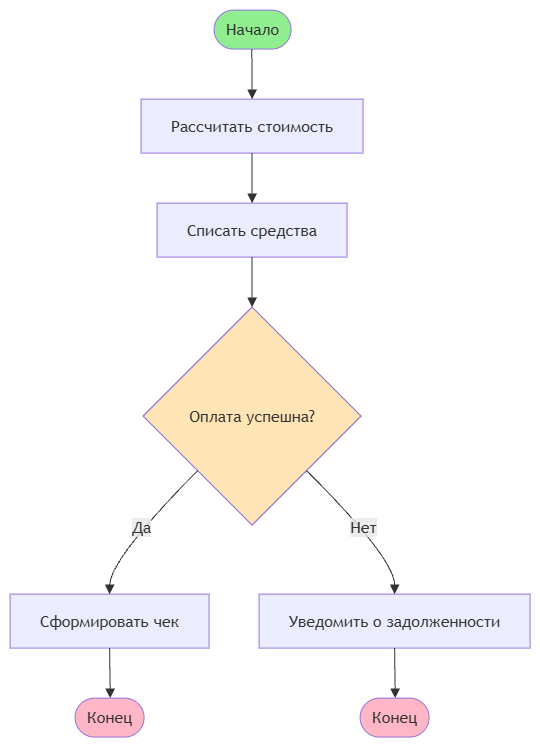
Above: lab1/diagrams/activity-uml.png in Razexill/visual-programming-labs-vauchkevich (draw.io), before the change. Source tidied: cells renumbered, new cells last; positions are measured from the earlier drawing's top-left corner, leaving out a move shared by most shapes. The source it was exported from:
```xml
<mxGraphModel>
  <root>
    <mxCell id="0" />
    <mxCell id="1" parent="0" />
    <mxCell id="2" style="group;transparentBounds=1;editIcon=1;lockedGroup=0;groupPadding=10;" parent="1" vertex="1">
      <mxGeometry as="geometry" />
    </mxCell>
    <mxCell id="3" value="Начало" style="html=1;rounded=1;whiteSpace=wrap;arcSize=50;strokeWidth=1;fillColor=#90EE90;strokeColor=light-dark(#9370DB,#cccccc);fontColor=light-dark(#333333,#cccccc);fontFamily=Trebuchet MS,Verdana,Arial,sans-serif;fontSize=16;" parent="2" vertex="1">
      <mxGeometry x="212" y="8" width="77" height="39" as="geometry" />
    </mxCell>
    <mxCell id="4" value="Рассчитать стоимость" style="html=1;whiteSpace=wrap;strokeWidth=1;fillColor=light-dark(#ECECFF,#1f2020);strokeColor=light-dark(#9370DB,#cccccc);fontColor=light-dark(#333333,#cccccc);fontFamily=Trebuchet MS,Verdana,Arial,sans-serif;fontSize=16;" parent="2" vertex="1">
      <mxGeometry x="139" y="97" width="222" height="54" as="geometry" />
    </mxCell>
    <mxCell id="5" value="Списать средства" style="html=1;whiteSpace=wrap;strokeWidth=1;fillColor=light-dark(#ECECFF,#1f2020);strokeColor=light-dark(#9370DB,#cccccc);fontColor=light-dark(#333333,#cccccc);fontFamily=Trebuchet MS,Verdana,Arial,sans-serif;fontSize=16;" parent="2" vertex="1">
      <mxGeometry x="155" y="201" width="190" height="54" as="geometry" />
    </mxCell>
    <mxCell id="6" value="Оплата успешна?" style="rhombus;html=1;strokeWidth=1;whiteSpace=wrap;fillColor=#FFE4B5;strokeColor=light-dark(#9370DB,#cccccc);fontColor=light-dark(#333333,#cccccc);fontFamily=Trebuchet MS,Verdana,Arial,sans-serif;fontSize=16;" parent="2" vertex="1">
      <mxGeometry x="141" y="305" width="218" height="218" as="geometry" />
    </mxCell>
    <mxCell id="7" value="Сформировать чек" style="html=1;whiteSpace=wrap;strokeWidth=1;fillColor=light-dark(#ECECFF,#1f2020);strokeColor=light-dark(#9370DB,#cccccc);fontColor=light-dark(#333333,#cccccc);fontFamily=Trebuchet MS,Verdana,Arial,sans-serif;fontSize=16;" parent="2" vertex="1">
      <mxGeometry x="8" y="592" width="199" height="54" as="geometry" />
    </mxCell>
    <mxCell id="8" value="Конец" style="html=1;rounded=1;whiteSpace=wrap;arcSize=50;strokeWidth=1;fillColor=#FFB6C6;strokeColor=light-dark(#9370DB,#cccccc);fontColor=light-dark(#333333,#cccccc);fontFamily=Trebuchet MS,Verdana,Arial,sans-serif;fontSize=16;" parent="2" vertex="1">
      <mxGeometry x="73" y="696" width="69" height="39" as="geometry" />
    </mxCell>
    <mxCell id="9" value="Уведомить о задолженности" style="html=1;whiteSpace=wrap;strokeWidth=1;fillColor=light-dark(#ECECFF,#1f2020);strokeColor=light-dark(#9370DB,#cccccc);fontColor=light-dark(#333333,#cccccc);fontFamily=Trebuchet MS,Verdana,Arial,sans-serif;fontSize=16;" parent="2" vertex="1">
      <mxGeometry x="257" y="592" width="271" height="54" as="geometry" />
    </mxCell>
    <mxCell id="10" value="Конец" style="html=1;rounded=1;whiteSpace=wrap;arcSize=50;strokeWidth=1;fillColor=#FFB6C6;strokeColor=light-dark(#9370DB,#cccccc);fontColor=light-dark(#333333,#cccccc);fontFamily=Trebuchet MS,Verdana,Arial,sans-serif;fontSize=16;" parent="2" vertex="1">
      <mxGeometry x="358" y="696" width="69" height="39" as="geometry" />
    </mxCell>
    <mxCell id="11" style="curved=1;startArrow=none;endArrow=block;endSize=7;strokeColor=light-dark(#333333,#cccccc);exitX=0.49;exitY=1;entryX=0.5;entryY=0;" parent="2" edge="1" source="3" target="4">
      <mxGeometry relative="1" as="geometry" />
    </mxCell>
    <mxCell id="12" style="curved=1;startArrow=none;endArrow=block;endSize=7;strokeColor=light-dark(#333333,#cccccc);exitX=0.5;exitY=1;entryX=0.5;entryY=0;" parent="2" edge="1" source="4" target="5">
      <mxGeometry relative="1" as="geometry" />
    </mxCell>
    <mxCell id="13" style="curved=1;startArrow=none;endArrow=block;endSize=7;strokeColor=light-dark(#333333,#cccccc);exitX=0.5;exitY=1;entryX=0.5;entryY=0;" parent="2" edge="1" source="5" target="6">
      <mxGeometry relative="1" as="geometry" />
    </mxCell>
    <mxCell id="14" value="Да" style="curved=1;startArrow=none;endArrow=block;endSize=7;strokeColor=light-dark(#333333,#cccccc);html=1;fontSize=16;labelBackgroundColor=light-dark(#E8E8E88D,#2a2a2a8D);fontFamily=Trebuchet MS,Verdana,Arial,sans-serif;fontColor=light-dark(#333333,#cccccc);exitX=0;exitY=1;entryX=0.5;entryY=0;" parent="2" edge="1" source="6" target="7">
      <mxGeometry relative="1" as="geometry">
        <Array as="points">
          <mxPoint x="108" y="557" />
        </Array>
      </mxGeometry>
    </mxCell>
    <mxCell id="15" style="curved=1;startArrow=none;endArrow=block;endSize=7;strokeColor=light-dark(#333333,#cccccc);exitX=0.5;exitY=1;entryX=0.51;entryY=0;" parent="2" edge="1" source="7" target="8">
      <mxGeometry relative="1" as="geometry" />
    </mxCell>
    <mxCell id="16" value="Нет" style="curved=1;startArrow=none;endArrow=block;endSize=7;strokeColor=light-dark(#333333,#cccccc);html=1;fontSize=16;labelBackgroundColor=light-dark(#E8E8E88D,#2a2a2a8D);fontFamily=Trebuchet MS,Verdana,Arial,sans-serif;fontColor=light-dark(#333333,#cccccc);exitX=1;exitY=1;entryX=0.5;entryY=0;" parent="2" edge="1" source="6" target="9">
      <mxGeometry relative="1" as="geometry">
        <Array as="points">
          <mxPoint x="393" y="557" />
        </Array>
      </mxGeometry>
    </mxCell>
    <mxCell id="17" style="curved=1;startArrow=none;endArrow=block;endSize=7;strokeColor=light-dark(#333333,#cccccc);exitX=0.5;exitY=1;entryX=0.51;entryY=0;" parent="2" edge="1" source="9" target="10">
      <mxGeometry relative="1" as="geometry" />
    </mxCell>
  </root>
</mxGraphModel>
```
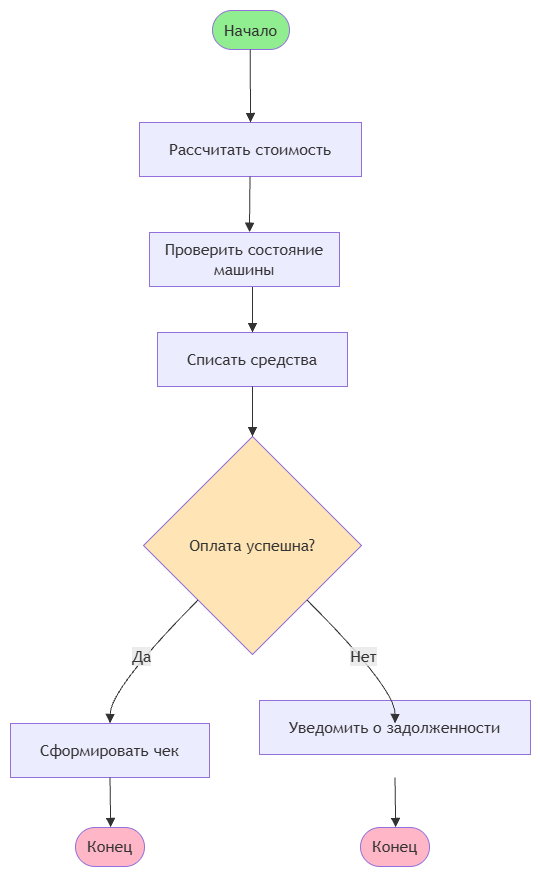
Above is the later version.

Commit message:
update uml:add element

What changed in the source:
```diff
@@ -9,31 +9,33 @@
       <mxGeometry x="212" y="8" width="77" height="39" as="geometry" />
     </mxCell>
     <mxCell id="4" value="Рассчитать стоимость" style="html=1;whiteSpace=wrap;strokeWidth=1;fillColor=light-dark(#ECECFF,#1f2020);strokeColor=light-dark(#9370DB,#cccccc);fontColor=light-dark(#333333,#cccccc);fontFamily=Trebuchet MS,Verdana,Arial,sans-serif;fontSize=16;" parent="2" vertex="1">
-      <mxGeometry x="139" y="97" width="222" height="54" as="geometry" />
+      <mxGeometry x="139" y="120" width="222" height="54" as="geometry" />
     </mxCell>
     <mxCell id="5" value="Списать средства" style="html=1;whiteSpace=wrap;strokeWidth=1;fillColor=light-dark(#ECECFF,#1f2020);strokeColor=light-dark(#9370DB,#cccccc);fontColor=light-dark(#333333,#cccccc);fontFamily=Trebuchet MS,Verdana,Arial,sans-serif;fontSize=16;" parent="2" vertex="1">
-      <mxGeometry x="155" y="201" width="190" height="54" as="geometry" />
+      <mxGeometry x="157" y="330" width="190" height="54" as="geometry" />
     </mxCell>
     <mxCell id="6" value="Оплата успешна?" style="rhombus;html=1;strokeWidth=1;whiteSpace=wrap;fillColor=#FFE4B5;strokeColor=light-dark(#9370DB,#cccccc);fontColor=light-dark(#333333,#cccccc);fontFamily=Trebuchet MS,Verdana,Arial,sans-serif;fontSize=16;" parent="2" vertex="1">
-      <mxGeometry x="141" y="305" width="218" height="218" as="geometry" />
+      <mxGeometry x="143" y="434" width="218" height="218" as="geometry" />
     </mxCell>
     <mxCell id="7" value="Сформировать чек" style="html=1;whiteSpace=wrap;strokeWidth=1;fillColor=light-dark(#ECECFF,#1f2020);strokeColor=light-dark(#9370DB,#cccccc);fontColor=light-dark(#333333,#cccccc);fontFamily=Trebuchet MS,Verdana,Arial,sans-serif;fontSize=16;" parent="2" vertex="1">
-      <mxGeometry x="8" y="592" width="199" height="54" as="geometry" />
+      <mxGeometry x="10" y="721" width="199" height="54" as="geometry" />
     </mxCell>
     <mxCell id="8" value="Конец" style="html=1;rounded=1;whiteSpace=wrap;arcSize=50;strokeWidth=1;fillColor=#FFB6C6;strokeColor=light-dark(#9370DB,#cccccc);fontColor=light-dark(#333333,#cccccc);fontFamily=Trebuchet MS,Verdana,Arial,sans-serif;fontSize=16;" parent="2" vertex="1">
-      <mxGeometry x="73" y="696" width="69" height="39" as="geometry" />
+      <mxGeometry x="75" y="825" width="69" height="39" as="geometry" />
     </mxCell>
     <mxCell id="9" value="Уведомить о задолженности" style="html=1;whiteSpace=wrap;strokeWidth=1;fillColor=light-dark(#ECECFF,#1f2020);strokeColor=light-dark(#9370DB,#cccccc);fontColor=light-dark(#333333,#cccccc);fontFamily=Trebuchet MS,Verdana,Arial,sans-serif;fontSize=16;" parent="2" vertex="1">
-      <mxGeometry x="257" y="592" width="271" height="54" as="geometry" />
+      <mxGeometry x="259" y="698" width="271" height="54" as="geometry" />
     </mxCell>
     <mxCell id="10" value="Конец" style="html=1;rounded=1;whiteSpace=wrap;arcSize=50;strokeWidth=1;fillColor=#FFB6C6;strokeColor=light-dark(#9370DB,#cccccc);fontColor=light-dark(#333333,#cccccc);fontFamily=Trebuchet MS,Verdana,Arial,sans-serif;fontSize=16;" parent="2" vertex="1">
-      <mxGeometry x="358" y="696" width="69" height="39" as="geometry" />
+      <mxGeometry x="360" y="825" width="69" height="39" as="geometry" />
     </mxCell>
     <mxCell id="11" style="curved=1;startArrow=none;endArrow=block;endSize=7;strokeColor=light-dark(#333333,#cccccc);exitX=0.49;exitY=1;entryX=0.5;entryY=0;" parent="2" edge="1" source="3" target="4">
       <mxGeometry relative="1" as="geometry" />
     </mxCell>
-    <mxCell id="12" style="curved=1;startArrow=none;endArrow=block;endSize=7;strokeColor=light-dark(#333333,#cccccc);exitX=0.5;exitY=1;entryX=0.5;entryY=0;" parent="2" edge="1" source="4" target="5">
-      <mxGeometry relative="1" as="geometry" />
+    <mxCell id="12" style="curved=1;startArrow=none;endArrow=block;endSize=7;strokeColor=light-dark(#333333,#cccccc);exitX=0.5;exitY=1;entryX=0.5;entryY=0;" parent="2" edge="1" target="5">
+      <mxGeometry relative="1" as="geometry">
+        <mxPoint x="252" y="280" as="sourcePoint" />
+      </mxGeometry>
     </mxCell>
     <mxCell id="13" style="curved=1;startArrow=none;endArrow=block;endSize=7;strokeColor=light-dark(#333333,#cccccc);exitX=0.5;exitY=1;entryX=0.5;entryY=0;" parent="2" edge="1" source="5" target="6">
       <mxGeometry relative="1" as="geometry" />
@@ -41,22 +43,33 @@
     <mxCell id="14" value="Да" style="curved=1;startArrow=none;endArrow=block;endSize=7;strokeColor=light-dark(#333333,#cccccc);html=1;fontSize=16;labelBackgroundColor=light-dark(#E8E8E88D,#2a2a2a8D);fontFamily=Trebuchet MS,Verdana,Arial,sans-serif;fontColor=light-dark(#333333,#cccccc);exitX=0;exitY=1;entryX=0.5;entryY=0;" parent="2" edge="1" source="6" target="7">
       <mxGeometry relative="1" as="geometry">
         <Array as="points">
-          <mxPoint x="108" y="557" />
+          <mxPoint x="110" y="686" />
         </Array>
       </mxGeometry>
     </mxCell>
     <mxCell id="15" style="curved=1;startArrow=none;endArrow=block;endSize=7;strokeColor=light-dark(#333333,#cccccc);exitX=0.5;exitY=1;entryX=0.51;entryY=0;" parent="2" edge="1" source="7" target="8">
       <mxGeometry relative="1" as="geometry" />
     </mxCell>
-    <mxCell id="16" value="Нет" style="curved=1;startArrow=none;endArrow=block;endSize=7;strokeColor=light-dark(#333333,#cccccc);html=1;fontSize=16;labelBackgroundColor=light-dark(#E8E8E88D,#2a2a2a8D);fontFamily=Trebuchet MS,Verdana,Arial,sans-serif;fontColor=light-dark(#333333,#cccccc);exitX=1;exitY=1;entryX=0.5;entryY=0;" parent="2" edge="1" source="6" target="9">
+    <mxCell id="16" value="Нет" style="curved=1;startArrow=none;endArrow=block;endSize=7;strokeColor=light-dark(#333333,#cccccc);html=1;fontSize=16;labelBackgroundColor=light-dark(#E8E8E88D,#2a2a2a8D);fontFamily=Trebuchet MS,Verdana,Arial,sans-serif;fontColor=light-dark(#333333,#cccccc);exitX=1;exitY=1;entryX=0.5;entryY=0;" parent="2" edge="1" source="6">
       <mxGeometry relative="1" as="geometry">
+        <mxPoint x="394.5" y="721" as="targetPoint" />
         <Array as="points">
-          <mxPoint x="393" y="557" />
+          <mxPoint x="395" y="686" />
         </Array>
       </mxGeometry>
     </mxCell>
-    <mxCell id="17" style="curved=1;startArrow=none;endArrow=block;endSize=7;strokeColor=light-dark(#333333,#cccccc);exitX=0.5;exitY=1;entryX=0.51;entryY=0;" parent="2" edge="1" source="9" target="10">
-      <mxGeometry relative="1" as="geometry" />
+    <mxCell id="17" style="curved=1;startArrow=none;endArrow=block;endSize=7;strokeColor=light-dark(#333333,#cccccc);exitX=0.5;exitY=1;entryX=0.51;entryY=0;" parent="2" edge="1" target="10">
+      <mxGeometry relative="1" as="geometry">
+        <mxPoint x="394.5" y="775" as="sourcePoint" />
+      </mxGeometry>
     </mxCell>
+    <mxCell id="18" value="Проверить состояние машины" style="html=1;whiteSpace=wrap;strokeWidth=1;fillColor=light-dark(#ECECFF,#1f2020);strokeColor=light-dark(#9370DB,#cccccc);fontColor=light-dark(#333333,#cccccc);fontFamily=Trebuchet MS,Verdana,Arial,sans-serif;fontSize=16;" parent="2" vertex="1">
+      <mxGeometry x="149" y="230" width="190" height="54" as="geometry" />
+    </mxCell>
+    <mxCell id="19" style="curved=1;startArrow=none;endArrow=block;endSize=7;strokeColor=light-dark(#333333,#cccccc);exitX=0.5;exitY=1;entryX=0.526;entryY=-0.005;entryDx=0;entryDy=0;entryPerimeter=0;" parent="2" edge="1" target="18">
+      <mxGeometry relative="1" as="geometry">
+        <mxPoint x="249.5" y="174" as="sourcePoint" />
+      </mxGeometry>
+    </mxCell>
   </root>
 </mxGraphModel>
```
